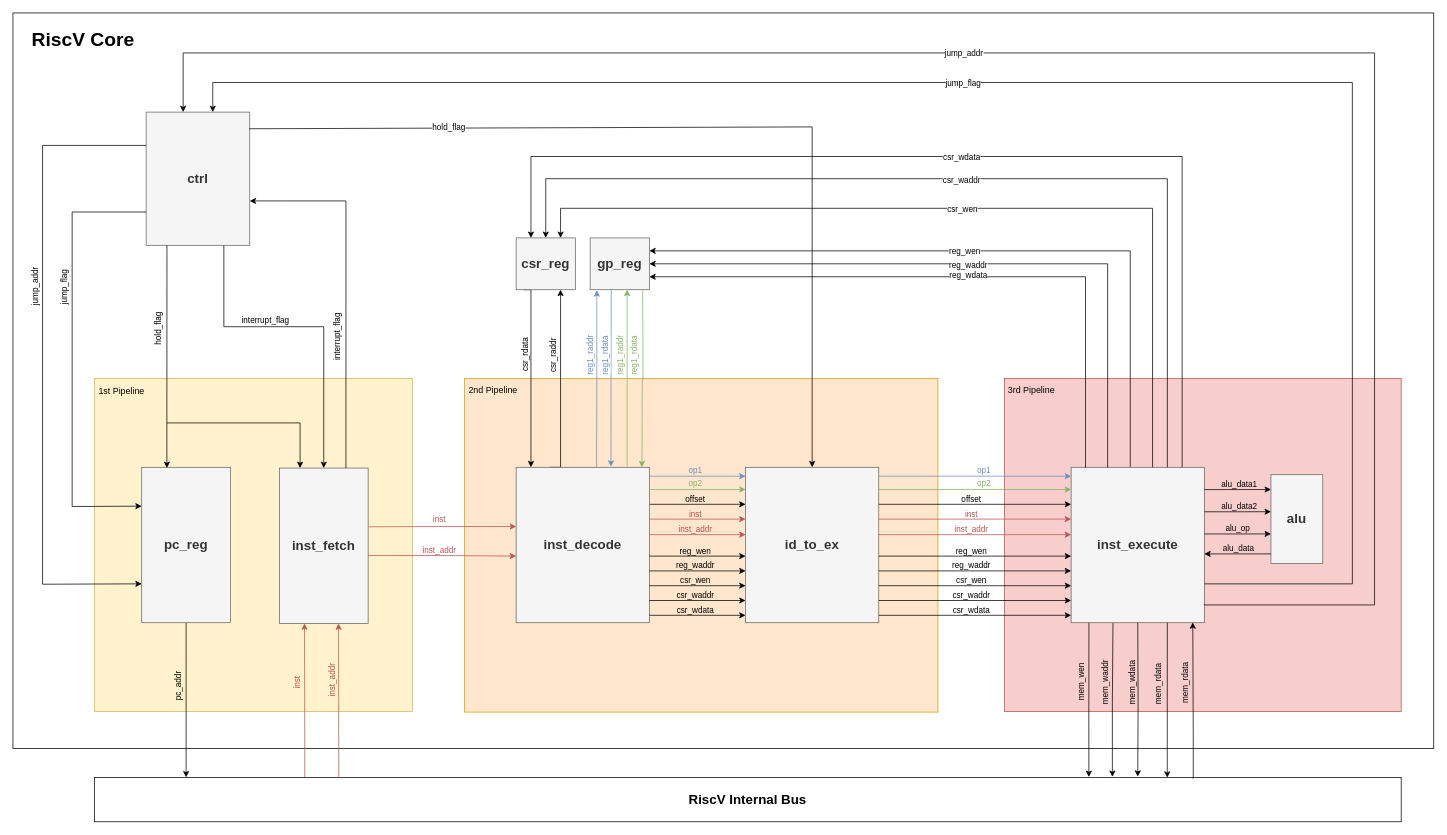
Earlier version of the draw.io diagram pic/riscv_block_diagram_details.drawio (wuyannnnnnnn/RiscV). Source tidied: cells renumbered, new cells numbered last; positions are measured from the earlier drawing's top-left corner, leaving out a move shared by most shapes. Both pictures are drawn from the tidied source at 74%, with x=0, y=0 at pixel (13, 13).
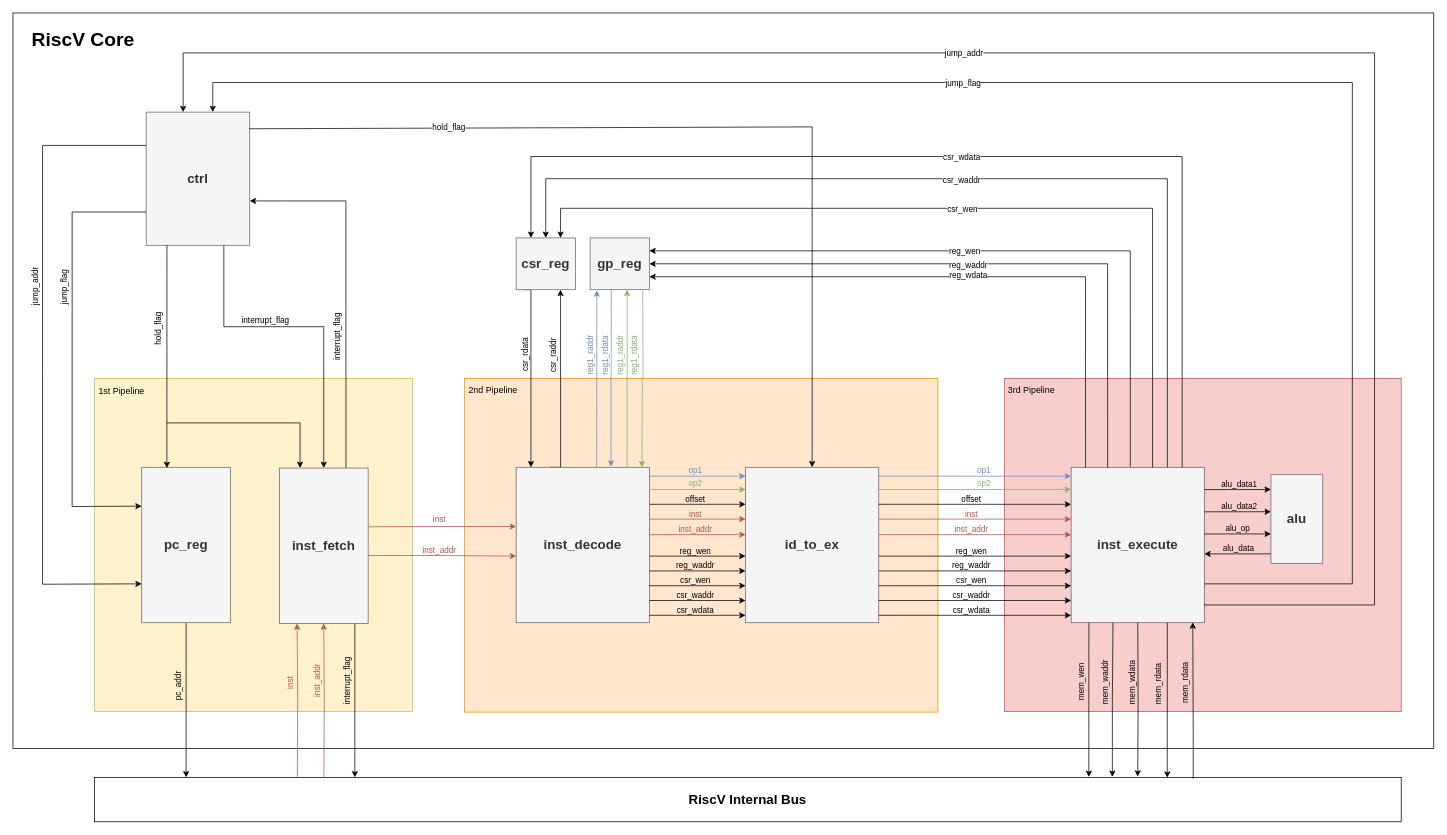
The same page after the edit.

Unchanged cells that the change refers to:
```xml
<mxCell id="8" value="&lt;font style=&quot;font-size: 18px;&quot;&gt;&lt;b&gt;RiscV Internal Bus&lt;/b&gt;&lt;/font&gt;" style="rounded=0;whiteSpace=wrap;html=1;" parent="1" vertex="1">
  <mxGeometry x="110" y="1033" width="1766" height="60" as="geometry" />
</mxCell>
```

Diff of the diagram source:
```diff
@@
-    <mxCell id="103" value="&lt;font style=&quot;font-size: 18px;&quot;&gt;&lt;b&gt;inst_fetch&lt;/b&gt;&lt;/font&gt;" style="rounded=0;whiteSpace=wrap;html=1;fillColor=#f5f5f5;fontColor=#333333;strokeColor=#666666;" parent="1" vertex="1">
-      <mxGeometry x="360" y="615" width="120" height="210" as="geometry" />
-    </mxCell>
@@
-    <mxCell id="119" style="edgeStyle=orthogonalEdgeStyle;rounded=0;jettySize=auto;html=1;entryX=0.25;entryY=1;entryDx=0;entryDy=0;fillColor=#f8cecc;strokeColor=#B85450;exitX=0.161;exitY=0.002;exitDx=0;exitDy=0;exitPerimeter=0;" parent="1" edge="1" source="8">
+    <mxCell id="119" style="edgeStyle=orthogonalEdgeStyle;rounded=0;orthogonalLoop=1;jettySize=auto;html=1;entryX=0.25;entryY=1;entryDx=0;entryDy=0;fillColor=#f8cecc;strokeColor=#B85450;exitX=0.161;exitY=0.002;exitDx=0;exitDy=0;exitPerimeter=0;" parent="1" edge="1">
       <mxGeometry relative="1" as="geometry">
-        <mxPoint x="394" y="825" as="targetPoint" />
+        <mxPoint x="384.3" y="1033.1" as="sourcePoint" />
+        <mxPoint x="384" y="825" as="targetPoint" />
       </mxGeometry>
     </mxCell>
@@
-    <mxCell id="121" style="edgeStyle=orthogonalEdgeStyle;rounded=0;jettySize=auto;html=1;fillColor=#f8cecc;strokeColor=#b85450;exitX=0.187;exitY=0.017;exitDx=0;exitDy=0;exitPerimeter=0;" parent="1" edge="1" source="8">
+    <mxCell id="121" style="edgeStyle=orthogonalEdgeStyle;rounded=0;orthogonalLoop=1;jettySize=auto;html=1;fillColor=#f8cecc;strokeColor=#b85450;exitX=0.187;exitY=0.017;exitDx=0;exitDy=0;exitPerimeter=0;" parent="1" edge="1">
       <mxGeometry relative="1" as="geometry">
-        <mxPoint x="440" y="825" as="targetPoint" />
+        <mxPoint x="420.2" y="1034" as="sourcePoint" />
+        <mxPoint x="420" y="825" as="targetPoint" />
       </mxGeometry>
     </mxCell>
@@
+    <mxCell id="130" style="edgeStyle=orthogonalEdgeStyle;rounded=0;orthogonalLoop=1;jettySize=auto;html=1;exitX=0.5;exitY=1;exitDx=0;exitDy=0;" parent="1" edge="1">
+      <mxGeometry relative="1" as="geometry">
+        <mxPoint x="462" y="824" as="sourcePoint" />
+        <mxPoint x="462" y="1033" as="targetPoint" />
+        <Array as="points">
+          <mxPoint x="462" y="904" />
+          <mxPoint x="462" y="904" />
+        </Array>
+      </mxGeometry>
+    </mxCell>
+    <mxCell id="131" value="interrupt_flag" style="edgeLabel;html=1;align=center;verticalAlign=middle;horizontal=0;labelBackgroundColor=none;" parent="130" vertex="1">
+      <mxGeometry x="-0.14" y="-1" relative="1" as="geometry">
+        <mxPoint x="-10" y="-10" as="offset" />
+      </mxGeometry>
+    </mxCell>
@@
+    <mxCell id="103" value="&lt;font style=&quot;font-size: 18px;&quot;&gt;&lt;b&gt;inst_fetch&lt;/b&gt;&lt;/font&gt;" style="rounded=0;whiteSpace=wrap;html=1;fillColor=#f5f5f5;fontColor=#333333;strokeColor=#666666;" parent="1" vertex="1">
+      <mxGeometry x="360" y="615" width="120" height="210" as="geometry" />
+    </mxCell>
```
